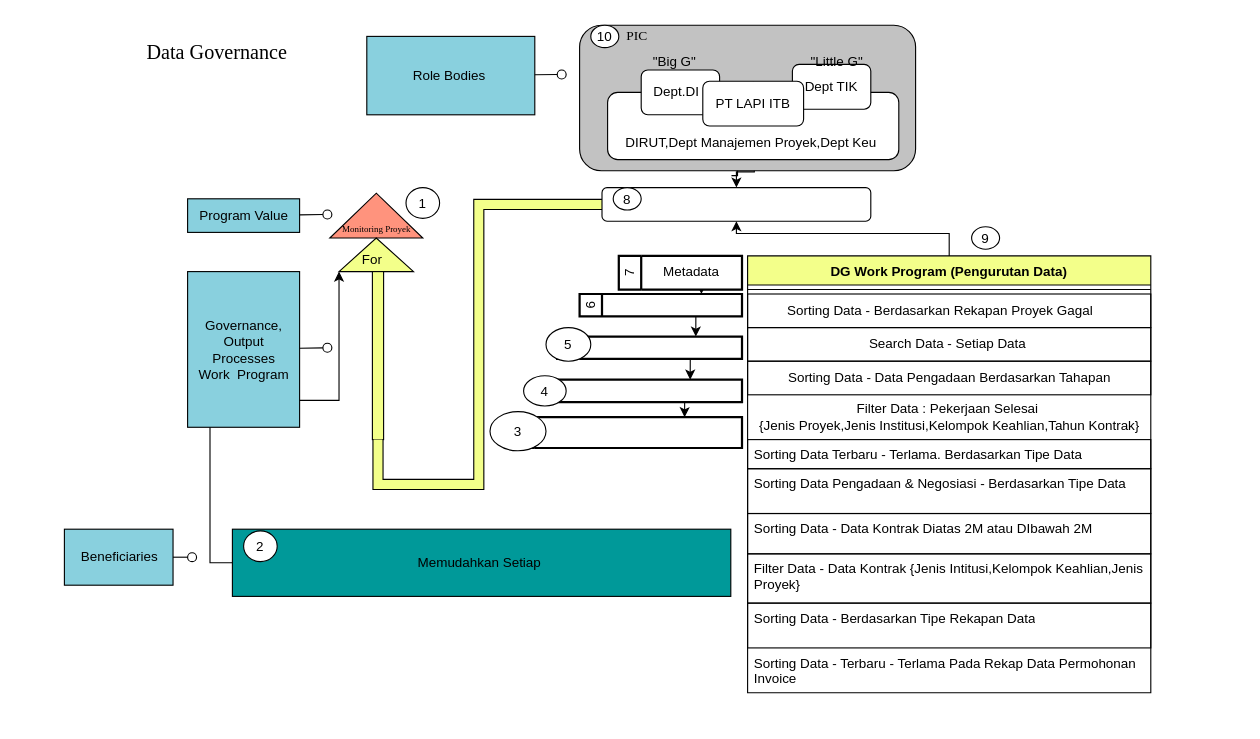
The draw.io diagram Untitled Diagram.drawio in Tian7877/Hanoi_Tower, before the edit. Source tidied: cells renumbered, new cells numbered last; positions are measured from the earlier drawing's top-left corner, leaving out a move shared by most shapes. Both pictures are drawn from the tidied source at 112%, with x=0, y=0 at pixel (64, 19).
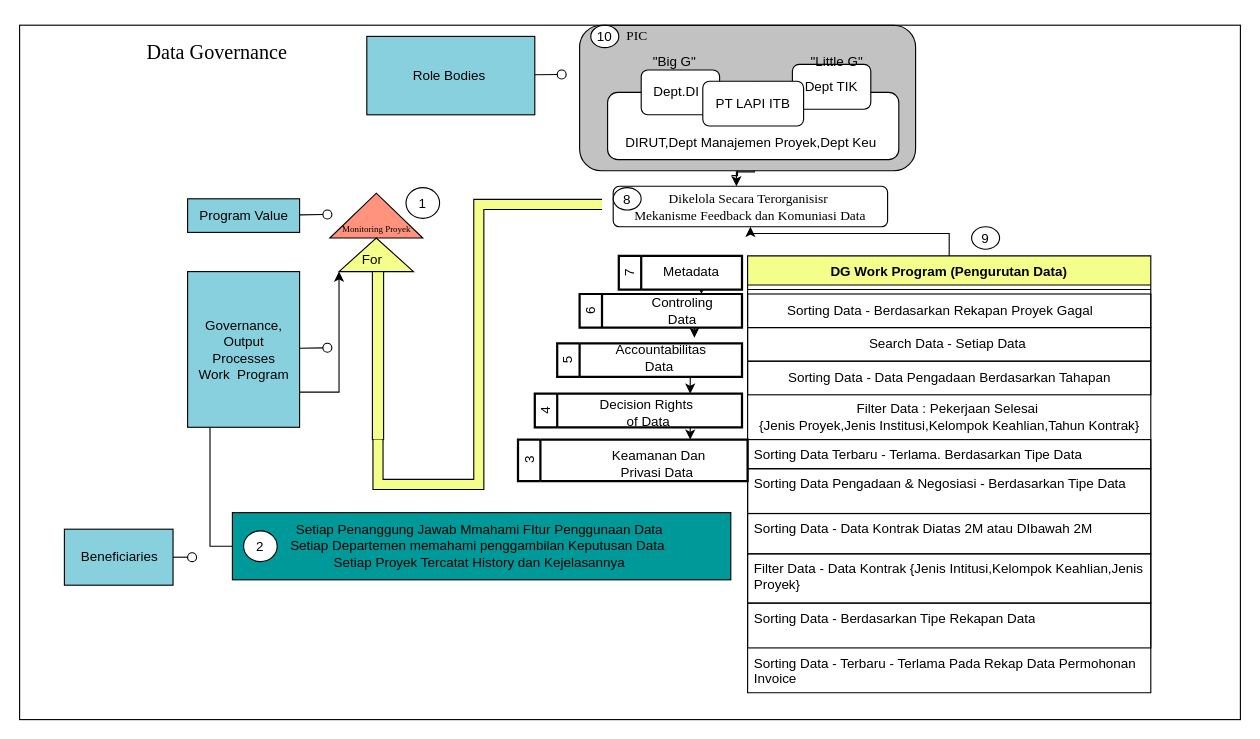
The same diagram, later.

Diff of the diagram source:
```diff
@@
-    <mxCell id="8" style="rounded=1;whiteSpace=wrap;html=1;fontFamily=Times New Roman;" parent="1" vertex="1">
-      <mxGeometry x="480" y="150" width="240" height="30" as="geometry" />
+    <mxCell id="8" value="Dikelola Secara Terorganisisr&amp;nbsp;&lt;br&gt;Mekanisme Feedback dan Komuniasi Data" style="rounded=1;whiteSpace=wrap;html=1;fontFamily=Times New Roman;" parent="1" vertex="1">
+      <mxGeometry x="490" y="148.8" width="245" height="36.2" as="geometry" />
     </mxCell>
@@
-    <mxCell id="32" style="edgeStyle=orthogonalEdgeStyle;rounded=0;jettySize=auto;html=1;exitX=0.75;exitY=1;exitDx=0;exitDy=0;entryX=0.75;entryY=0;entryDx=0;entryDy=0;" parent="1" edge="1" source="33" target="35">
-      <mxGeometry relative="1" as="geometry" />
-    </mxCell>
     <mxCell id="33" value="6" style="swimlane;html=1;startSize=20;fontStyle=0;horizontal=0;swimlaneLine=1;swimlaneFillColor=#ffffff;strokeWidth=2;whiteSpace=wrap;" parent="1" vertex="1">
-      <mxGeometry x="460" y="245" width="145" height="20" as="geometry" />
+      <mxGeometry x="460" y="245" width="145" height="30" as="geometry" />
     </mxCell>
+    <mxCell id="65" value="Controling Data" style="text;html=1;align=center;verticalAlign=middle;whiteSpace=wrap;rounded=0;" parent="33" vertex="1">
+      <mxGeometry x="60" width="63.8" height="30" as="geometry" />
+    </mxCell>
@@
-    <mxCell id="35" style="swimlane;html=1;startSize=20;fontStyle=0;horizontal=0;swimlaneLine=1;swimlaneFillColor=#ffffff;strokeWidth=2;whiteSpace=wrap;" parent="1" vertex="1">
-      <mxGeometry x="440" y="283" width="165" height="20" as="geometry" />
+    <mxCell id="35" value="5" style="swimlane;html=1;startSize=20;fontStyle=0;horizontal=0;swimlaneLine=1;swimlaneFillColor=#ffffff;strokeWidth=2;whiteSpace=wrap;" parent="1" vertex="1">
+      <mxGeometry x="440" y="289" width="165" height="30" as="geometry" />
     </mxCell>
+    <mxCell id="66" value="Accountabilitas Data&amp;nbsp;" style="text;html=1;align=center;verticalAlign=middle;whiteSpace=wrap;rounded=0;" parent="35" vertex="1">
+      <mxGeometry x="62.5" y="-5" width="60" height="35" as="geometry" />
+    </mxCell>
@@
-    <mxCell id="37" style="swimlane;html=1;startSize=20;fontStyle=0;horizontal=0;swimlaneLine=1;swimlaneFillColor=#ffffff;strokeWidth=2;whiteSpace=wrap;" parent="1" vertex="1">
-      <mxGeometry x="420" y="321.5" width="185" height="20" as="geometry" />
+    <mxCell id="37" value="4" style="swimlane;html=1;startSize=20;fontStyle=0;horizontal=0;swimlaneLine=1;swimlaneFillColor=#ffffff;strokeWidth=2;whiteSpace=wrap;" parent="1" vertex="1">
+      <mxGeometry x="420" y="334" width="185" height="30" as="geometry" />
     </mxCell>
+    <mxCell id="67" value="&lt;br&gt;Decision Rights&lt;br&gt;&amp;nbsp;of Data" style="text;html=1;align=center;verticalAlign=middle;whiteSpace=wrap;rounded=0;" parent="37" vertex="1">
+      <mxGeometry x="50" width="100" height="20" as="geometry" />
+    </mxCell>
-    <mxCell id="38" style="swimlane;html=1;startSize=20;fontStyle=0;horizontal=0;swimlaneLine=1;swimlaneFillColor=#ffffff;strokeWidth=2;whiteSpace=wrap;" parent="1" vertex="1">
-      <mxGeometry x="400" y="355" width="205" height="27.5" as="geometry" />
+    <mxCell id="38" value="3" style="swimlane;html=1;startSize=20;fontStyle=0;horizontal=0;swimlaneLine=1;swimlaneFillColor=#ffffff;strokeWidth=2;whiteSpace=wrap;" parent="1" vertex="1">
+      <mxGeometry x="405" y="375" width="205" height="37" as="geometry" />
     </mxCell>
+    <mxCell id="68" value="Keamanan Dan Privasi Data&amp;nbsp;" style="text;html=1;align=center;verticalAlign=middle;whiteSpace=wrap;rounded=0;" parent="38" vertex="1">
+      <mxGeometry x="70" y="7" width="111.9" height="30" as="geometry" />
+    </mxCell>
-    <mxCell id="39" value="Memudahkan Setiap&amp;nbsp;" style="rounded=0;whiteSpace=wrap;html=1;fillColor=#009999;" parent="1" vertex="1">
-      <mxGeometry x="150" y="455" width="445" height="60" as="geometry" />
+    <mxCell id="39" value="Setiap Penanggung Jawab Mmahami FItur Penggunaan Data&amp;nbsp;&lt;br&gt;Setiap Departemen memahami penggambilan Keputusan Data&amp;nbsp;&amp;nbsp;&lt;br&gt;Setiap Proyek Tercatat History dan Kejelasannya&amp;nbsp;" style="rounded=0;whiteSpace=wrap;html=1;fillColor=#009999;" parent="1" vertex="1">
+      <mxGeometry x="150" y="440.2" width="445" height="60" as="geometry" />
     </mxCell>
@@
-    <mxCell id="57" value="5" style="ellipse;" parent="1" vertex="1">
-      <mxGeometry x="430" y="275" width="40" height="30" as="geometry" />
-    </mxCell>
-    <mxCell id="58" value="3" style="ellipse;" parent="1" vertex="1">
-      <mxGeometry x="380" y="350" width="50" height="35" as="geometry" />
-    </mxCell>
-    <mxCell id="59" value="4" style="ellipse;" parent="1" vertex="1">
-      <mxGeometry x="410" y="318" width="38" height="27" as="geometry" />
-    </mxCell>
@@
+    <mxCell id="69" style="edgeStyle=orthogonalEdgeStyle;rounded=0;jettySize=auto;html=1;exitX=0.75;exitY=1;exitDx=0;exitDy=0;entryX=1;entryY=0;entryDx=0;entryDy=0;" parent="1" edge="1" source="65" target="66">
+      <mxGeometry relative="1" as="geometry">
+        <Array as="points">
+          <mxPoint x="562" y="275" />
+        </Array>
+      </mxGeometry>
+    </mxCell>
+    <mxCell id="70" style="rounded=0;whiteSpace=wrap;html=1;fillColor=none;" parent="1" vertex="1">
+      <mxGeometry x="-40" y="5" width="1090" height="620" as="geometry" />
+    </mxCell>
```
